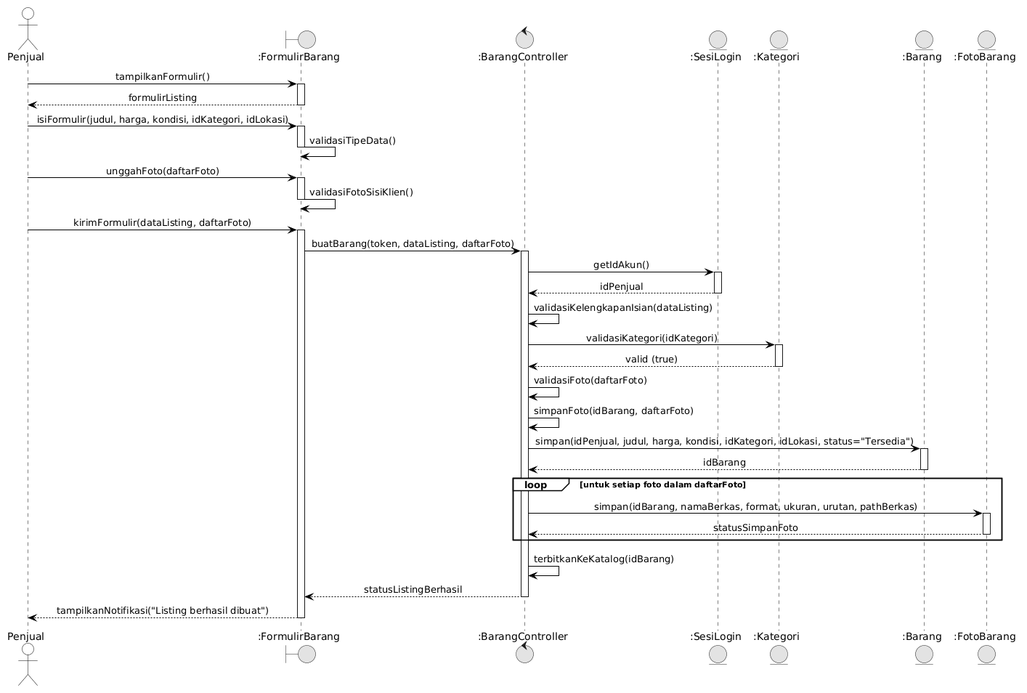
The PlantUML diagram docs/M7/assets/diagram/Sequence_UC07_Normal.png in ghaniyul/IF2150-RPL-K01-G02, before a commit. Source of this version:
```plantuml
@startuml
skinparam monochrome true
skinparam shadowing false
skinparam defaultFontName Arial
skinparam sequenceMessageAlign center
skinparam backgroundColor #FFFFFF

skinparam participant {
    BackgroundColor #FFFFFF
    BorderColor #000000
}
skinparam actor {
    BackgroundColor #FFFFFF
    BorderColor #000000
}
skinparam sequence {
    LifeLineBackgroundColor #FFFFFF
    LifeLineBorderColor #000000
    ArrowColor #000000
    ActorBorderColor #000000
    ActorBackgroundColor #FFFFFF
    GroupBorderColor #000000
    GroupBackgroundColor #FFFFFF
}

actor "Penjual" as User
boundary ":FormulirBarang" as UI
control ":BarangController" as Ctrl
entity ":SesiLogin" as Sesi
entity ":Kategori" as Kat
entity ":Barang" as Barang
entity ":FotoBarang" as Foto

User -> UI: tampilkanFormulir()
activate UI
UI --> User: formulirListing
deactivate UI

User -> UI: isiFormulir(judul, harga, kondisi, idKategori, idLokasi)
activate UI
UI -> UI: validasiTipeData()
deactivate UI

User -> UI: unggahFoto(daftarFoto)
activate UI
UI -> UI: validasiFotoSisiKlien()
deactivate UI

User -> UI: kirimFormulir(dataListing, daftarFoto)
activate UI
UI -> Ctrl: buatBarang(token, dataListing, daftarFoto)
activate Ctrl
Ctrl -> Sesi: getIdAkun()
activate Sesi
Sesi --> Ctrl: idPenjual
deactivate Sesi

Ctrl -> Ctrl: validasiKelengkapanIsian(dataListing)
Ctrl -> Kat: validasiKategori(idKategori)
activate Kat
Kat --> Ctrl: valid (true)
deactivate Kat

Ctrl -> Ctrl: validasiFoto(daftarFoto)
Ctrl -> Ctrl: simpanFoto(idBarang, daftarFoto)

Ctrl -> Barang: simpan(idPenjual, judul, harga, kondisi, idKategori, idLokasi, status="Tersedia")
activate Barang
Barang --> Ctrl: idBarang
deactivate Barang

loop untuk setiap foto dalam daftarFoto
  Ctrl -> Foto: simpan(idBarang, namaBerkas, format, ukuran, urutan, pathBerkas)
  activate Foto
  Foto --> Ctrl: statusSimpanFoto
  deactivate Foto
end

Ctrl -> Ctrl: terbitkanKeKatalog(idBarang)
Ctrl --> UI: statusListingBerhasil
deactivate Ctrl
UI --> User: tampilkanNotifikasi("Listing berhasil dibuat")
deactivate UI
@enduml
```
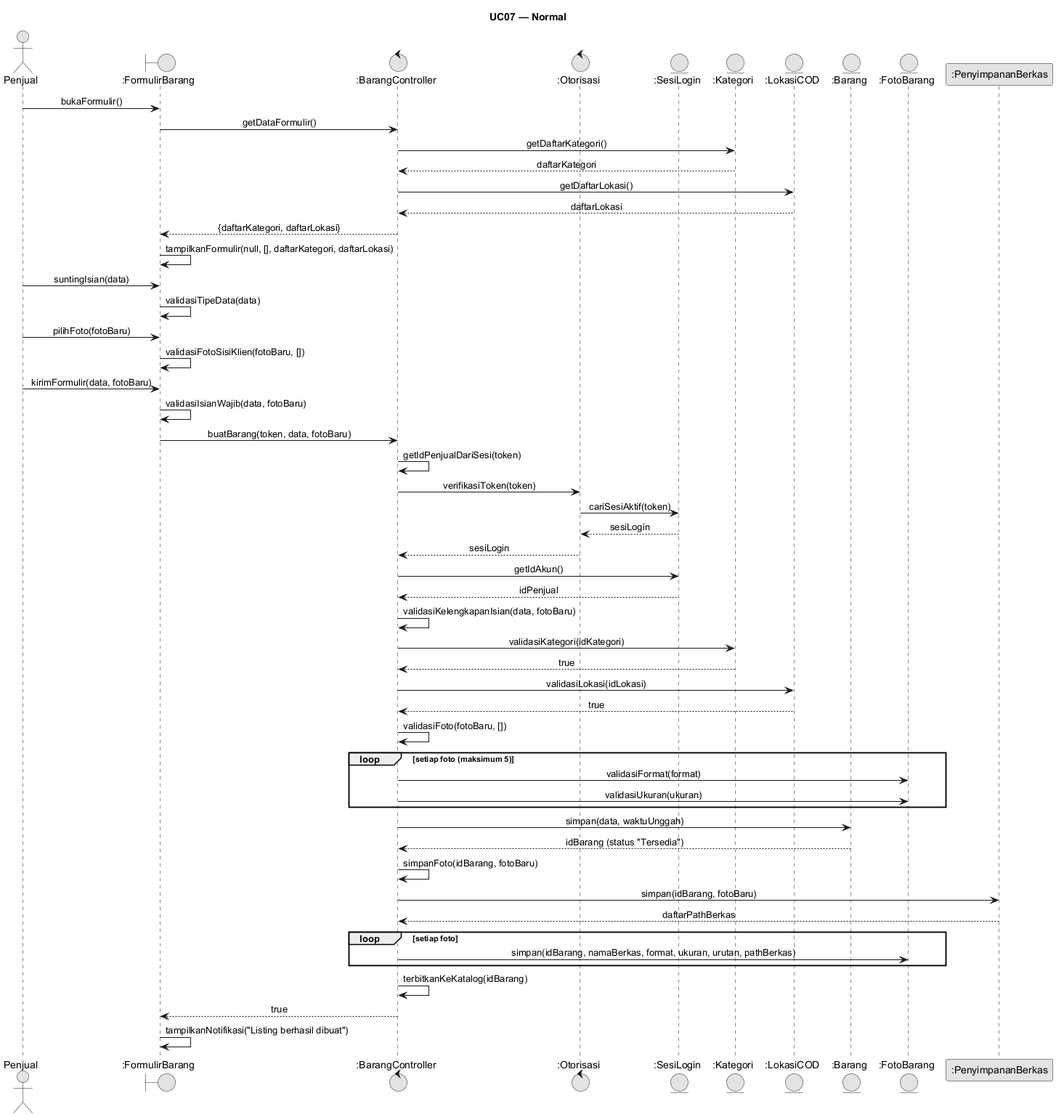
The same file after the commit.

Diff of the diagram source:
```diff
@@ -4,81 +4,59 @@
 skinparam defaultFontName Arial
 skinparam sequenceMessageAlign center
 skinparam backgroundColor #FFFFFF
-
-skinparam participant {
-    BackgroundColor #FFFFFF
-    BorderColor #000000
-}
-skinparam actor {
-    BackgroundColor #FFFFFF
-    BorderColor #000000
-}
-skinparam sequence {
-    LifeLineBackgroundColor #FFFFFF
-    LifeLineBorderColor #000000
-    ArrowColor #000000
-    ActorBorderColor #000000
-    ActorBackgroundColor #FFFFFF
-    GroupBorderColor #000000
-    GroupBackgroundColor #FFFFFF
-}
-
+skinparam responseMessageBelowArrow true
+title UC07 — Normal
 actor "Penjual" as User
 boundary ":FormulirBarang" as UI
-control ":BarangController" as Ctrl
+control ":BarangController" as BC
+control ":Otorisasi" as Oto
 entity ":SesiLogin" as Sesi
 entity ":Kategori" as Kat
+entity ":LokasiCOD" as Lok
 entity ":Barang" as Barang
 entity ":FotoBarang" as Foto
-
-User -> UI: tampilkanFormulir()
-activate UI
-UI --> User: formulirListing
-deactivate UI
-
-User -> UI: isiFormulir(judul, harga, kondisi, idKategori, idLokasi)
-activate UI
-UI -> UI: validasiTipeData()
-deactivate UI
-
-User -> UI: unggahFoto(daftarFoto)
-activate UI
-UI -> UI: validasiFotoSisiKlien()
-deactivate UI
-
-User -> UI: kirimFormulir(dataListing, daftarFoto)
-activate UI
-UI -> Ctrl: buatBarang(token, dataListing, daftarFoto)
-activate Ctrl
-Ctrl -> Sesi: getIdAkun()
-activate Sesi
-Sesi --> Ctrl: idPenjual
-deactivate Sesi
-
-Ctrl -> Ctrl: validasiKelengkapanIsian(dataListing)
-Ctrl -> Kat: validasiKategori(idKategori)
-activate Kat
-Kat --> Ctrl: valid (true)
-deactivate Kat
-
-Ctrl -> Ctrl: validasiFoto(daftarFoto)
-Ctrl -> Ctrl: simpanFoto(idBarang, daftarFoto)
-
-Ctrl -> Barang: simpan(idPenjual, judul, harga, kondisi, idKategori, idLokasi, status="Tersedia")
-activate Barang
-Barang --> Ctrl: idBarang
-deactivate Barang
-
-loop untuk setiap foto dalam daftarFoto
-  Ctrl -> Foto: simpan(idBarang, namaBerkas, format, ukuran, urutan, pathBerkas)
-  activate Foto
-  Foto --> Ctrl: statusSimpanFoto
-  deactivate Foto
+participant ":PenyimpananBerkas" as Store
+User -> UI: bukaFormulir()
+UI -> BC: getDataFormulir()
+BC -> Kat: getDaftarKategori()
+Kat --> BC: daftarKategori
+BC -> Lok: getDaftarLokasi()
+Lok --> BC: daftarLokasi
+BC --> UI: {daftarKategori, daftarLokasi}
+UI -> UI: tampilkanFormulir(null, [], daftarKategori, daftarLokasi)
+User -> UI: suntingIsian(data)
+UI -> UI: validasiTipeData(data)
+User -> UI: pilihFoto(fotoBaru)
+UI -> UI: validasiFotoSisiKlien(fotoBaru, [])
+User -> UI: kirimFormulir(data, fotoBaru)
+UI -> UI: validasiIsianWajib(data, fotoBaru)
+UI -> BC: buatBarang(token, data, fotoBaru)
+BC -> BC: getIdPenjualDariSesi(token)
+BC -> Oto: verifikasiToken(token)
+Oto -> Sesi: cariSesiAktif(token)
+Sesi --> Oto: sesiLogin
+Oto --> BC: sesiLogin
+BC -> Sesi: getIdAkun()
+Sesi --> BC: idPenjual
+BC -> BC: validasiKelengkapanIsian(data, fotoBaru)
+BC -> Kat: validasiKategori(idKategori)
+Kat --> BC: true
+BC -> Lok: validasiLokasi(idLokasi)
+Lok --> BC: true
+BC -> BC: validasiFoto(fotoBaru, [])
+loop setiap foto (maksimum 5)
+  BC -> Foto: validasiFormat(format)
+  BC -> Foto: validasiUkuran(ukuran)
 end
-
-Ctrl -> Ctrl: terbitkanKeKatalog(idBarang)
-Ctrl --> UI: statusListingBerhasil
-deactivate Ctrl
-UI --> User: tampilkanNotifikasi("Listing berhasil dibuat")
-deactivate UI
+BC -> Barang: simpan(data, waktuUnggah)
+Barang --> BC: idBarang (status "Tersedia")
+BC -> BC: simpanFoto(idBarang, fotoBaru)
+BC -> Store: simpan(idBarang, fotoBaru)
+Store --> BC: daftarPathBerkas
+loop setiap foto
+  BC -> Foto: simpan(idBarang, namaBerkas, format, ukuran, urutan, pathBerkas)
+end
+BC -> BC: terbitkanKeKatalog(idBarang)
+BC --> UI: true
+UI -> UI: tampilkanNotifikasi("Listing berhasil dibuat")
 @enduml
```
